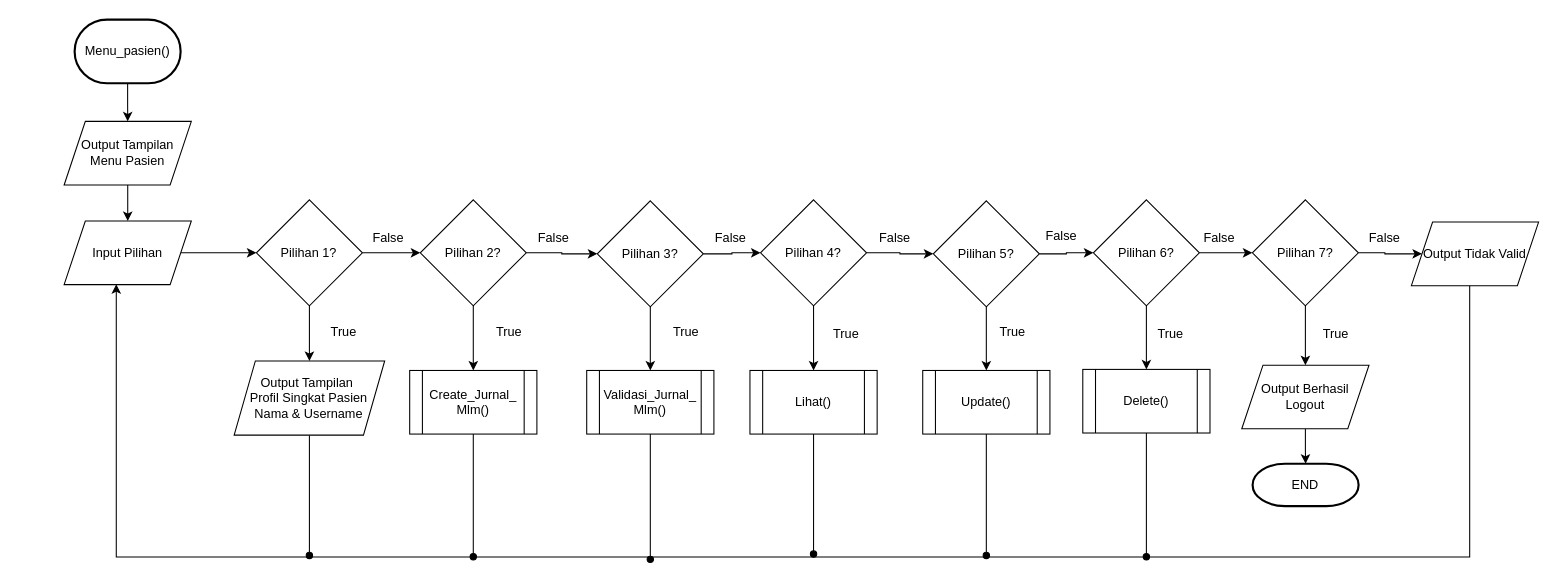
Earlier version of the draw.io diagram page "menu-pasien" (4 of 13) of flowchart/semuanyadrawio.drawio (asyaress/pa-aplikasi-sleep-monitoring). Source tidied: cells renumbered, new cells numbered last; positions are measured from the earlier drawing's top-left corner, leaving out a move shared by most shapes. Both pictures are drawn from the tidied source at 106%, with x=0, y=0 at pixel (64, 19).
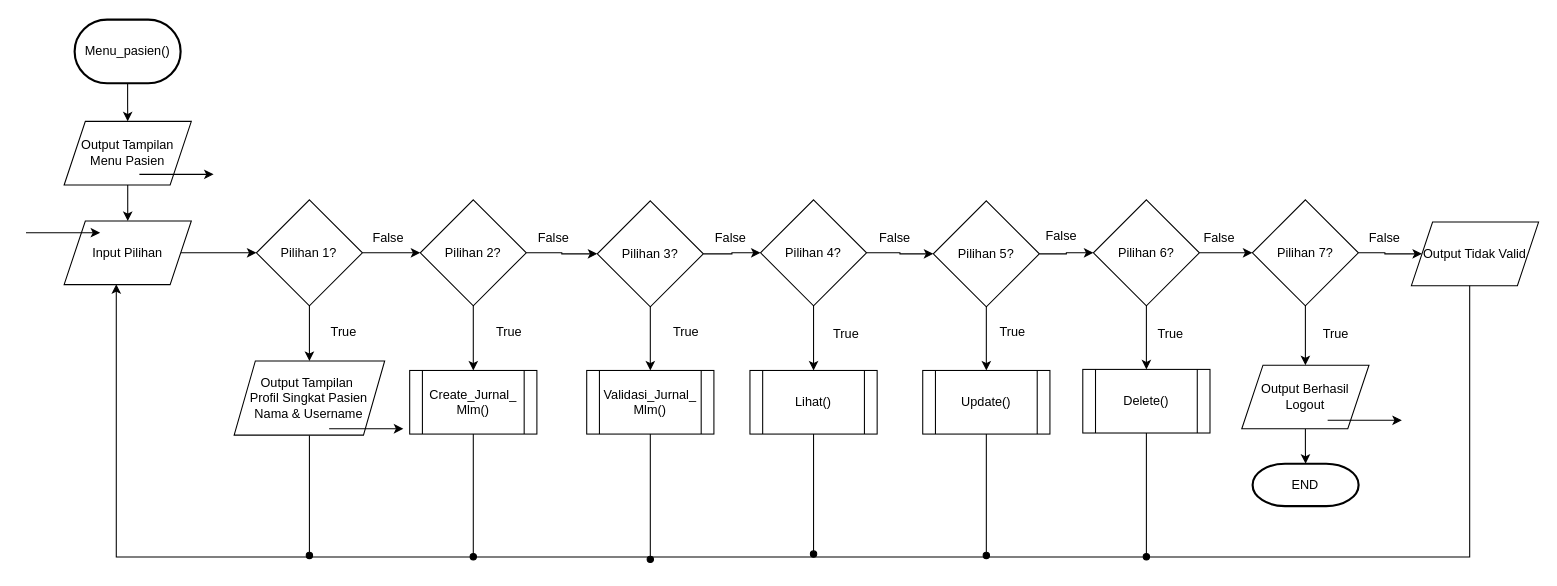
The same page after the edit.

The change refers to these unchanged cells:
```xml
<mxCell id="4" style="group;" parent="1" vertex="1">
  <mxGeometry x="149.4" y="321" width="154" height="70" as="geometry" />
</mxCell>
```

What changed in the source:
```diff
@@
+    <mxCell id="61" style="edgeStyle=orthogonalEdgeStyle;rounded=0;orthogonalLoop=1;jettySize=auto;html=1;entryX=0.136;entryY=0.361;entryDx=0;entryDy=0;entryPerimeter=0;" parent="4" edge="1">
+      <mxGeometry relative="1" as="geometry">
+        <mxPoint x="100.6" y="65" as="sourcePoint" />
+        <mxPoint x="170.6" y="65" as="targetPoint" />
+      </mxGeometry>
+    </mxCell>
@@
+    <mxCell id="62" style="edgeStyle=orthogonalEdgeStyle;rounded=0;orthogonalLoop=1;jettySize=auto;html=1;entryX=0.136;entryY=0.361;entryDx=0;entryDy=0;entryPerimeter=0;" parent="1" edge="1">
+      <mxGeometry relative="1" as="geometry">
+        <mxPoint x="-36" y="201" as="sourcePoint" />
+        <mxPoint x="34" y="201" as="targetPoint" />
+      </mxGeometry>
+    </mxCell>
+    <mxCell id="63" style="edgeStyle=orthogonalEdgeStyle;rounded=0;orthogonalLoop=1;jettySize=auto;html=1;entryX=0.136;entryY=0.361;entryDx=0;entryDy=0;entryPerimeter=0;" parent="1" edge="1">
+      <mxGeometry relative="1" as="geometry">
+        <mxPoint x="71" y="146" as="sourcePoint" />
+        <mxPoint x="141" y="146" as="targetPoint" />
+      </mxGeometry>
+    </mxCell>
+    <mxCell id="64" style="edgeStyle=orthogonalEdgeStyle;rounded=0;orthogonalLoop=1;jettySize=auto;html=1;entryX=0.136;entryY=0.361;entryDx=0;entryDy=0;entryPerimeter=0;" parent="1" edge="1">
+      <mxGeometry relative="1" as="geometry">
+        <mxPoint x="1192" y="378" as="sourcePoint" />
+        <mxPoint x="1262" y="378" as="targetPoint" />
+      </mxGeometry>
+    </mxCell>
```
